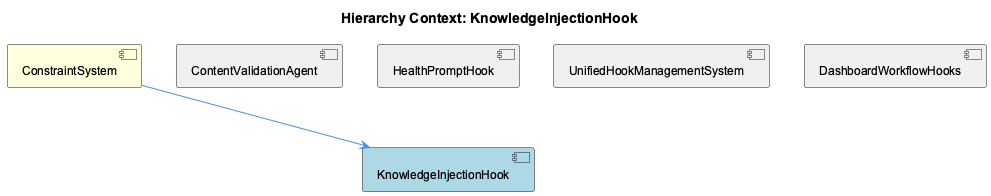
Earlier version of the PlantUML export knowledge-management/insights/images/knowledge-injection-hook-relationship.png (fwornle/coding). The source it was exported from:
```plantuml
@startuml
!include _standard-style.puml

title Hierarchy Context: KnowledgeInjectionHook

[ConstraintSystem] as constraint_system #FFFFDD
[KnowledgeInjectionHook] as knowledge_injection_hook #LightBlue
[ContentValidationAgent] as content_validation_agent #F0F0F0
[HealthPromptHook] as health_prompt_hook #F0F0F0
[UnifiedHookManagementSystem] as unified_hook_management_system #F0F0F0
[DashboardWorkflowHooks] as dashboard_workflow_hooks #F0F0F0

constraint_system --> knowledge_injection_hook
content_validation_agent -[hidden]- knowledge_injection_hook
health_prompt_hook -[hidden]- knowledge_injection_hook
unified_hook_management_system -[hidden]- knowledge_injection_hook
dashboard_workflow_hooks -[hidden]- knowledge_injection_hook

@enduml
```
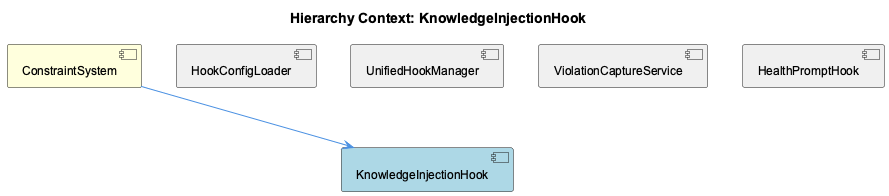
Above is the later version.

The edit, as a diff of the source:
```diff
@@ -5,15 +5,15 @@
 
 [ConstraintSystem] as constraint_system #FFFFDD
 [KnowledgeInjectionHook] as knowledge_injection_hook #LightBlue
-[ContentValidationAgent] as content_validation_agent #F0F0F0
+[HookConfigLoader] as hook_config_loader #F0F0F0
+[UnifiedHookManager] as unified_hook_manager #F0F0F0
+[ViolationCaptureService] as violation_capture_service #F0F0F0
 [HealthPromptHook] as health_prompt_hook #F0F0F0
-[UnifiedHookManagementSystem] as unified_hook_management_system #F0F0F0
-[DashboardWorkflowHooks] as dashboard_workflow_hooks #F0F0F0
 
 constraint_system --> knowledge_injection_hook
-content_validation_agent -[hidden]- knowledge_injection_hook
+hook_config_loader -[hidden]- knowledge_injection_hook
+unified_hook_manager -[hidden]- knowledge_injection_hook
+violation_capture_service -[hidden]- knowledge_injection_hook
 health_prompt_hook -[hidden]- knowledge_injection_hook
-unified_hook_management_system -[hidden]- knowledge_injection_hook
-dashboard_workflow_hooks -[hidden]- knowledge_injection_hook
 
 @enduml
```
